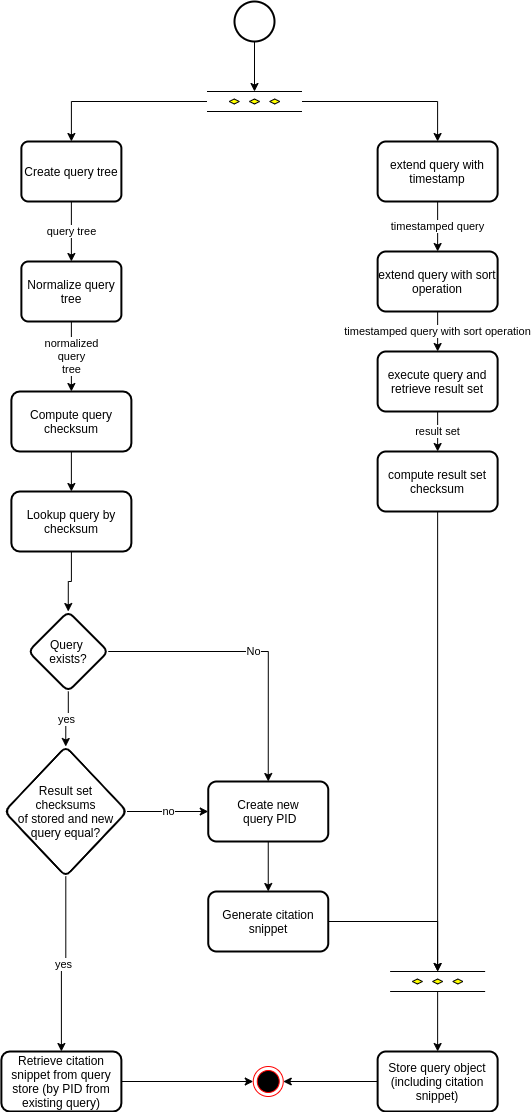
Earlier version of the draw.io export figures/figure 5.png (GreenfishK/DataCitation). Source tidied: cells renumbered, new cells last; positions are measured from the earlier drawing's top-left corner, leaving out a move shared by most shapes.
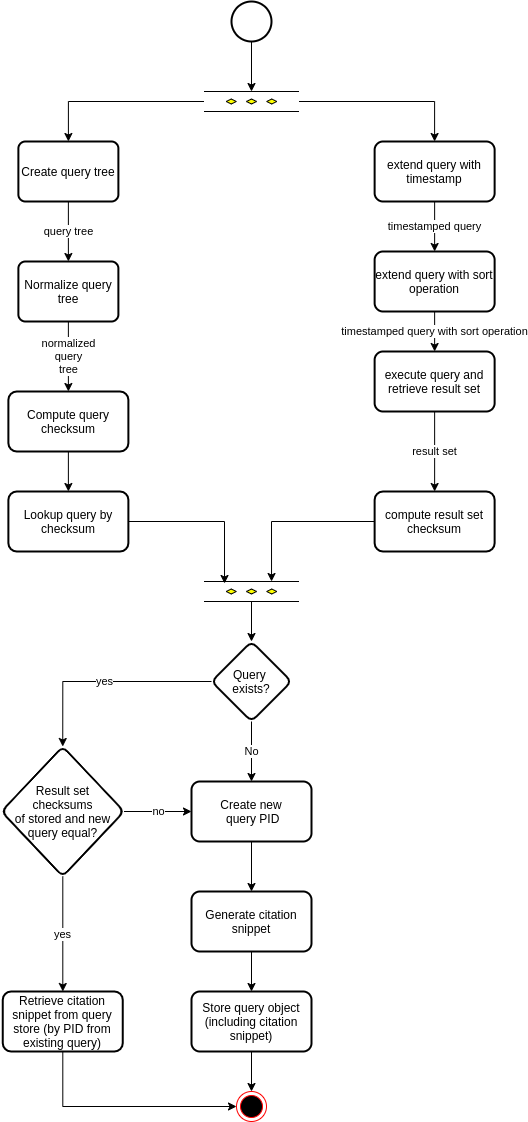
After the commit.

The edit, as a diff of the source:
```diff
@@ -26,9 +26,9 @@
     <mxCell id="9" value="Compute query checksum" style="whiteSpace=wrap;html=1;rounded=1;strokeWidth=2;arcSize=14;" parent="1" vertex="1">
       <mxGeometry x="9.9" y="390" width="120" height="60" as="geometry" />
     </mxCell>
-    <mxCell id="10" style="edgeStyle=orthogonalEdgeStyle;rounded=0;jettySize=auto;html=1;entryX=0.5;entryY=0;entryDx=0;entryDy=0;" parent="1" edge="1" source="11" target="14">
-      <mxGeometry relative="1" as="geometry" />
-    </mxCell>
+    <mxCell id="40" style="edgeStyle=orthogonalEdgeStyle;rounded=0;jettySize=auto;html=1;entryX=0.216;entryY=0.1;entryDx=0;entryDy=0;entryPerimeter=0;" parent="1" edge="1" source="11" target="44">
+      <mxGeometry relative="1" as="geometry" />
+    </mxCell>
     <mxCell id="11" value="Lookup query by checksum" style="whiteSpace=wrap;html=1;rounded=1;strokeWidth=2;arcSize=14;" parent="1" vertex="1">
       <mxGeometry x="9.9" y="490" width="120" height="60" as="geometry" />
     </mxCell>
@@ -39,7 +39,7 @@
       <mxGeometry relative="1" as="geometry" />
     </mxCell>
     <mxCell id="14" value="Query &lt;br&gt;exists?" style="rhombus;whiteSpace=wrap;html=1;rounded=1;strokeWidth=2;arcSize=14;" parent="1" vertex="1">
-      <mxGeometry x="26.8" y="610" width="80" height="80" as="geometry" />
+      <mxGeometry x="213" y="640" width="80" height="80" as="geometry" />
     </mxCell>
     <mxCell id="15" value="timestamped query" style="edgeStyle=orthogonalEdgeStyle;rounded=0;jettySize=auto;html=1;" parent="1" edge="1" source="16" target="18">
       <mxGeometry relative="1" as="geometry" />
@@ -59,11 +59,11 @@
     <mxCell id="20" value="execute query and retrieve result set" style="whiteSpace=wrap;html=1;rounded=1;strokeWidth=2;arcSize=14;" parent="1" vertex="1">
       <mxGeometry x="376.1" y="350" width="120" height="60" as="geometry" />
     </mxCell>
-    <mxCell id="21" style="edgeStyle=orthogonalEdgeStyle;rounded=0;jettySize=auto;html=1;entryX=0.5;entryY=0;entryDx=0;entryDy=0;entryPerimeter=0;" parent="1" edge="1" source="22" target="39">
-      <mxGeometry relative="1" as="geometry" />
-    </mxCell>
+    <mxCell id="41" style="edgeStyle=orthogonalEdgeStyle;rounded=0;jettySize=auto;html=1;entryX=0.711;entryY=0;entryDx=0;entryDy=0;entryPerimeter=0;" parent="1" edge="1" source="22" target="44">
+      <mxGeometry relative="1" as="geometry" />
+    </mxCell>
     <mxCell id="22" value="compute result set checksum" style="whiteSpace=wrap;html=1;rounded=1;strokeWidth=2;arcSize=14;" parent="1" vertex="1">
-      <mxGeometry x="376.1" y="450" width="120" height="60" as="geometry" />
+      <mxGeometry x="376.1" y="490" width="120" height="60" as="geometry" />
     </mxCell>
     <mxCell id="23" style="edgeStyle=orthogonalEdgeStyle;rounded=0;jettySize=auto;html=1;" parent="1" edge="1" source="25" target="7">
       <mxGeometry relative="1" as="geometry" />
@@ -87,38 +87,38 @@
       <mxGeometry relative="1" as="geometry" />
     </mxCell>
     <mxCell id="30" value="Create new&lt;br&gt;&amp;nbsp;query PID" style="whiteSpace=wrap;html=1;rounded=1;strokeWidth=2;arcSize=14;" parent="1" vertex="1">
-      <mxGeometry x="206.8" y="780" width="120" height="60" as="geometry" />
+      <mxGeometry x="193" y="780" width="120" height="60" as="geometry" />
     </mxCell>
-    <mxCell id="31" style="edgeStyle=orthogonalEdgeStyle;rounded=0;jettySize=auto;html=1;entryX=0.5;entryY=0;entryDx=0;entryDy=0;entryPerimeter=0;" parent="1" edge="1" source="32" target="39">
-      <mxGeometry relative="1" as="geometry" />
-    </mxCell>
+    <mxCell id="42" style="edgeStyle=orthogonalEdgeStyle;rounded=0;jettySize=auto;html=1;" parent="1" edge="1" source="32" target="34">
+      <mxGeometry relative="1" as="geometry" />
+    </mxCell>
     <mxCell id="32" value="Generate citation snippet" style="whiteSpace=wrap;html=1;rounded=1;strokeWidth=2;arcSize=14;" parent="1" vertex="1">
-      <mxGeometry x="206.8" y="890" width="120" height="60" as="geometry" />
+      <mxGeometry x="193" y="890" width="120" height="60" as="geometry" />
     </mxCell>
-    <mxCell id="33" style="edgeStyle=orthogonalEdgeStyle;rounded=0;jettySize=auto;html=1;" parent="1" edge="1" source="34" target="35">
+    <mxCell id="33" style="edgeStyle=orthogonalEdgeStyle;rounded=0;jettySize=auto;html=1;entryX=0.5;entryY=0;entryDx=0;entryDy=0;" parent="1" edge="1" source="34" target="35">
       <mxGeometry relative="1" as="geometry" />
     </mxCell>
     <mxCell id="34" value="Store query object (including citation snippet)" style="whiteSpace=wrap;html=1;rounded=1;strokeWidth=2;arcSize=14;" parent="1" vertex="1">
-      <mxGeometry x="376.1" y="1050" width="120" height="60" as="geometry" />
+      <mxGeometry x="193" y="990" width="120" height="60" as="geometry" />
     </mxCell>
     <mxCell id="35" style="ellipse;html=1;shape=endState;fillColor=#000000;strokeColor=#ff0000;" parent="1" vertex="1">
-      <mxGeometry x="251.8" y="1065" width="30" height="30" as="geometry" />
+      <mxGeometry x="238" y="1090" width="30" height="30" as="geometry" />
     </mxCell>
     <mxCell id="36" style="edgeStyle=orthogonalEdgeStyle;rounded=0;jettySize=auto;html=1;entryX=0;entryY=0.5;entryDx=0;entryDy=0;" parent="1" edge="1" source="37" target="35">
       <mxGeometry relative="1" as="geometry">
         <Array as="points">
-          <mxPoint x="73" y="1080" />
+          <mxPoint x="64" y="1105" />
         </Array>
       </mxGeometry>
     </mxCell>
     <mxCell id="37" value="&lt;span&gt;Retrieve citation snippet from query store (by PID from existing query)&lt;/span&gt;" style="whiteSpace=wrap;html=1;rounded=1;strokeWidth=2;arcSize=14;" parent="1" vertex="1">
-      <mxGeometry x="-0.1" y="1050" width="120" height="60" as="geometry" />
+      <mxGeometry x="4.2" y="990" width="120" height="60" as="geometry" />
     </mxCell>
-    <mxCell id="38" style="edgeStyle=orthogonalEdgeStyle;rounded=0;jettySize=auto;html=1;" parent="1" edge="1" source="39" target="34">
-      <mxGeometry relative="1" as="geometry" />
-    </mxCell>
-    <mxCell id="39" style="verticalLabelPosition=bottom;verticalAlign=top;html=1;shape=mxgraph.flowchart.parallel_mode;" parent="1" vertex="1">
-      <mxGeometry x="388.6" y="970" width="95" height="20" as="geometry" />
-    </mxCell>
+    <mxCell id="43" style="edgeStyle=orthogonalEdgeStyle;rounded=0;jettySize=auto;html=1;entryX=0.5;entryY=0;entryDx=0;entryDy=0;" parent="1" edge="1" source="44" target="14">
+      <mxGeometry relative="1" as="geometry" />
+    </mxCell>
+    <mxCell id="44" style="verticalLabelPosition=bottom;verticalAlign=top;html=1;shape=mxgraph.flowchart.parallel_mode;" parent="1" vertex="1">
+      <mxGeometry x="205.5" y="580" width="95" height="20" as="geometry" />
+    </mxCell>
   </root>
 </mxGraphModel>
```
